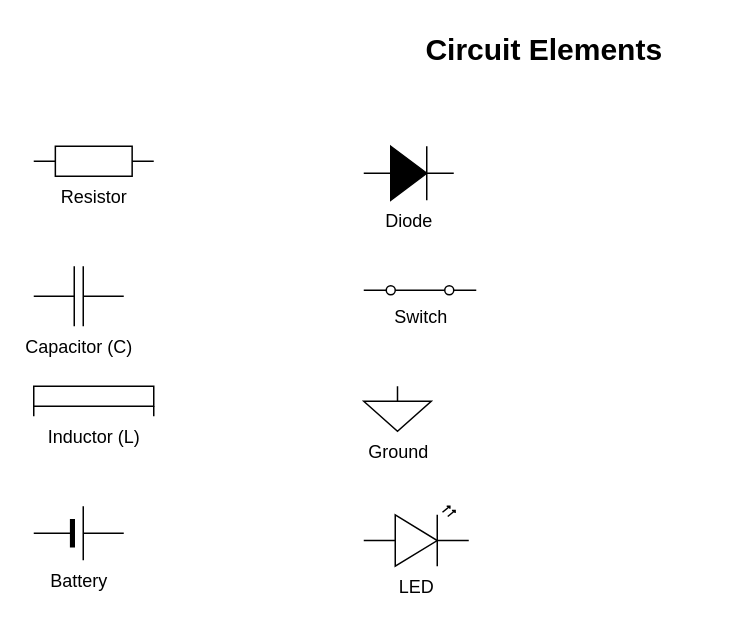
np4X/My_worldvibewebs keeps this draw.io diagram as Circuits_elements/circuit_elements.drawio. Above is the earlier version. Source tidied: cells renumbered, new cells numbered last; positions are measured from the earlier drawing's top-left corner, leaving out a move shared by most shapes. Both pictures are drawn from the tidied source at 150%, with x=0, y=0 at pixel (33, 26).
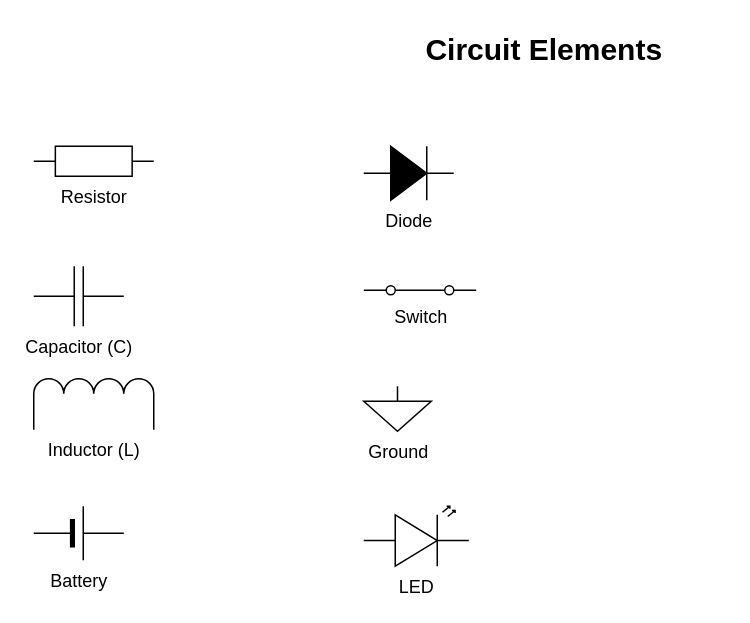
Above is the later version.

Commit message:
Use coil-loop inductor symbol instead of flat-box variant

inductor_1 rendered as a plain rectangle; switching to the
mxgraph.electrical.inductors.inductor stencil for the standard
coil-loop symbol.

What changed in the source:
```diff
@@
 <mxGraphModel>
   <root>
     <mxCell id="0" />
     <mxCell id="1" parent="0" />
     <mxCell id="2" value="Circuit Elements" style="text;html=1;align=center;verticalAlign=middle;fontSize=20;fontStyle=1;" parent="1" vertex="1">
       <mxGeometry x="220" width="240" height="30" as="geometry" />
     </mxCell>
     <mxCell id="3" value="Resistor" style="verticalLabelPosition=bottom;verticalAlign=top;align=center;html=1;shape=mxgraph.electrical.resistors.resistor_1;" parent="1" vertex="1">
       <mxGeometry y="80" width="80" height="20" as="geometry" />
     </mxCell>
     <mxCell id="4" value="Capacitor (C)" style="verticalLabelPosition=bottom;verticalAlign=top;align=center;html=1;shape=mxgraph.electrical.capacitors.capacitor_1;" parent="1" vertex="1">
       <mxGeometry y="160" width="60" height="40" as="geometry" />
     </mxCell>
-    <mxCell id="5" value="Inductor (L)" style="verticalLabelPosition=bottom;verticalAlign=top;align=center;html=1;shape=mxgraph.electrical.inductors.inductor_1;" parent="1" vertex="1">
-      <mxGeometry y="240" width="80" height="20" as="geometry" />
+    <mxCell id="5" value="Inductor (L)" style="verticalLabelPosition=bottom;verticalAlign=top;align=center;html=1;shape=mxgraph.electrical.inductors.inductor;" parent="1" vertex="1">
+      <mxGeometry y="235" width="80" height="34" as="geometry" />
     </mxCell>
     <mxCell id="6" value="Battery" style="fillColor=strokeColor;strokeWidth=1;verticalLabelPosition=bottom;verticalAlign=top;align=center;html=1;shape=mxgraph.electrical.miscellaneous.monocell_battery;" parent="1" vertex="1">
       <mxGeometry y="320" width="60" height="36" as="geometry" />
     </mxCell>
     <mxCell id="7" value="Diode" style="fillColor=strokeColor;verticalLabelPosition=bottom;verticalAlign=top;align=center;html=1;shape=mxgraph.electrical.diodes.diode;" parent="1" vertex="1">
       <mxGeometry x="220" y="80" width="60" height="36" as="geometry" />
     </mxCell>
     <mxCell id="8" value="Switch" style="html=1;shape=mxgraph.electrical.electro-mechanical.singleSwitch;elSwitchState=on;verticalLabelPosition=bottom;verticalAlign=top;align=center;" parent="1" vertex="1">
       <mxGeometry x="220" y="160" width="75" height="20" as="geometry" />
     </mxCell>
     <mxCell id="9" value="Ground" style="verticalLabelPosition=bottom;verticalAlign=top;align=center;html=1;shape=mxgraph.electrical.signal_sources.signal_ground;" parent="1" vertex="1">
       <mxGeometry x="220" y="240" width="45" height="30" as="geometry" />
     </mxCell>
     <mxCell id="10" value="LED" style="verticalLabelPosition=bottom;verticalAlign=top;align=center;html=1;shape=mxgraph.electrical.opto_electronics.led_2;" parent="1" vertex="1">
       <mxGeometry x="220" y="320" width="70" height="40" as="geometry" />
     </mxCell>
   </root>
 </mxGraphModel>
```
